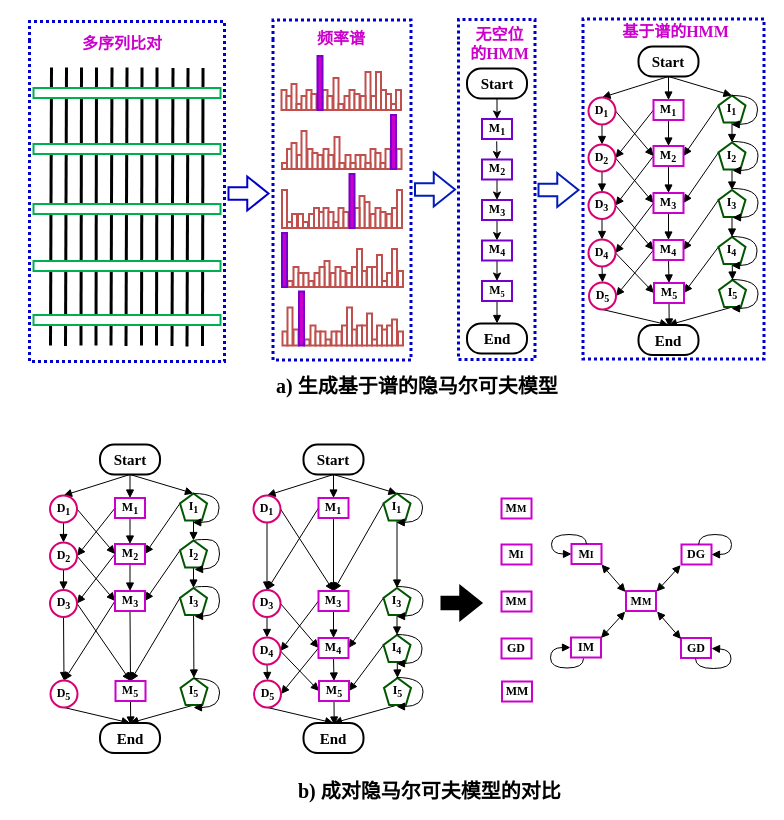
Earlier version of the draw.io diagram page "第 3 页" (3 of 3) of 复杂.drawio (chenjgui/Flow-chat). Source tidied: cells renumbered, new cells numbered last; positions are measured from the earlier drawing's top-left corner, leaving out a move shared by most shapes. Both pictures are drawn from the tidied source at 100%, with x=0, y=0 at pixel (29, 19).
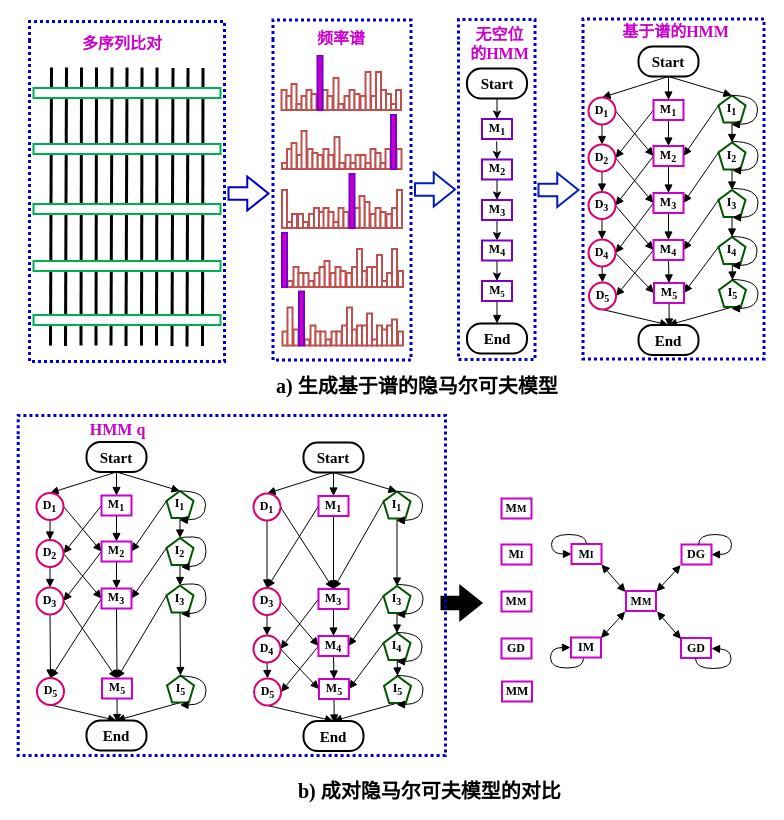
After the change.

Change to the diagram source:
```diff
@@
     <mxCell id="189" value="&lt;font style=&quot;font-size: 15px&quot; face=&quot;Times New Roman&quot;&gt;Start&lt;/font&gt;" style="rounded=1;whiteSpace=wrap;html=1;arcSize=47;strokeWidth=2;fontStyle=1;rotation=0;" parent="1" vertex="1">
-      <mxGeometry x="70.5" y="425" width="60" height="30" as="geometry" />
+      <mxGeometry x="57" y="422.5" width="60" height="30" as="geometry" />
     </mxCell>
@@
     <mxCell id="192" value="&lt;font face=&quot;Times New Roman&quot;&gt;&lt;b&gt;I&lt;sub&gt;1&lt;/sub&gt;&lt;/b&gt;&lt;/font&gt;" style="whiteSpace=wrap;html=1;shape=mxgraph.basic.pentagon;strokeWidth=2;fillColor=#FFFFFF;strokeColor=#005700;" parent="1" vertex="1">
-      <mxGeometry x="150.5" y="474" width="27" height="27" as="geometry" />
+      <mxGeometry x="137" y="471.5" width="27" height="27" as="geometry" />
     </mxCell>
@@
     <mxCell id="195" value="&lt;b style=&quot;font-family: &amp;#34;times new roman&amp;#34; ; white-space: normal&quot;&gt;I&lt;sub&gt;2&lt;/sub&gt;&lt;/b&gt;" style="whiteSpace=wrap;html=1;shape=mxgraph.basic.pentagon;strokeWidth=2;fillColor=#FFFFFF;strokeColor=#005700;" parent="1" vertex="1">
-      <mxGeometry x="150.5" y="521" width="27" height="27" as="geometry" />
+      <mxGeometry x="137" y="518.5" width="27" height="27" as="geometry" />
     </mxCell>
     <mxCell id="196" style="edgeStyle=orthogonalEdgeStyle;rounded=0;orthogonalLoop=1;jettySize=auto;html=1;exitX=0.5;exitY=0;exitDx=0;exitDy=0;exitPerimeter=0;entryX=0.473;entryY=1.072;entryDx=0;entryDy=0;entryPerimeter=0;endArrow=block;endFill=1;fontFamily=Times New Roman;curved=1;" parent="1" edge="1" source="192" target="192">
       <mxGeometry relative="1" as="geometry">
         <Array as="points">
-          <mxPoint x="189.5" y="474" />
-          <mxPoint x="189.5" y="503" />
+          <mxPoint x="176" y="471.5" />
+          <mxPoint x="176" y="500.5" />
         </Array>
       </mxGeometry>
     </mxCell>
@@
     <mxCell id="199" value="&lt;font face=&quot;Times New Roman&quot;&gt;M&lt;sub&gt;1&lt;/sub&gt;&lt;/font&gt;" style="rounded=0;whiteSpace=wrap;html=1;fillColor=#FFFFFF;strokeColor=#CC00CC;strokeWidth=2;fontStyle=1;rotation=0;" parent="1" vertex="1">
-      <mxGeometry x="85.5" y="478.5" width="30" height="20" as="geometry" />
+      <mxGeometry x="72" y="476" width="30" height="20" as="geometry" />
     </mxCell>
@@
     <mxCell id="202" value="&lt;font face=&quot;Times New Roman&quot;&gt;M&lt;sub&gt;2&lt;/sub&gt;&lt;/font&gt;" style="rounded=0;whiteSpace=wrap;html=1;fillColor=#FFFFFF;strokeColor=#CC00CC;strokeWidth=2;fontStyle=1;rotation=0;" parent="1" vertex="1">
-      <mxGeometry x="85.5" y="524.5" width="30" height="20" as="geometry" />
+      <mxGeometry x="72" y="522" width="30" height="20" as="geometry" />
     </mxCell>
@@
     <mxCell id="205" value="&lt;b&gt;D&lt;sub&gt;1&lt;/sub&gt;&lt;/b&gt;" style="ellipse;whiteSpace=wrap;html=1;strokeWidth=2;fillColor=#FFFFFF;strokeColor=#D80073;fontFamily=Times New Roman;" parent="1" vertex="1">
-      <mxGeometry x="20.5" y="476" width="27" height="27" as="geometry" />
+      <mxGeometry x="7" y="473.5" width="27" height="27" as="geometry" />
     </mxCell>
@@
     <mxCell id="208" value="&lt;b style=&quot;font-family: &amp;#34;times new roman&amp;#34; ; white-space: normal&quot;&gt;D&lt;sub&gt;2&lt;/sub&gt;&lt;/b&gt;" style="ellipse;whiteSpace=wrap;html=1;strokeWidth=2;fillColor=#FFFFFF;strokeColor=#D80073;" parent="1" vertex="1">
-      <mxGeometry x="20.5" y="523" width="27" height="27" as="geometry" />
+      <mxGeometry x="7" y="520.5" width="27" height="27" as="geometry" />
     </mxCell>
@@
     <mxCell id="211" value="&lt;b style=&quot;font-family: &amp;#34;times new roman&amp;#34; ; white-space: normal&quot;&gt;I&lt;sub&gt;3&lt;/sub&gt;&lt;/b&gt;" style="whiteSpace=wrap;html=1;shape=mxgraph.basic.pentagon;strokeWidth=2;fillColor=#FFFFFF;strokeColor=#005700;" parent="1" vertex="1">
-      <mxGeometry x="150.5" y="568.5" width="27" height="27" as="geometry" />
+      <mxGeometry x="137" y="566" width="27" height="27" as="geometry" />
     </mxCell>
@@
     <mxCell id="214" value="&lt;font face=&quot;Times New Roman&quot;&gt;M&lt;sub&gt;3&lt;/sub&gt;&lt;/font&gt;" style="rounded=0;whiteSpace=wrap;html=1;fillColor=#FFFFFF;strokeColor=#CC00CC;strokeWidth=2;fontStyle=1;rotation=0;" parent="1" vertex="1">
-      <mxGeometry x="85.5" y="571.5" width="30" height="20" as="geometry" />
+      <mxGeometry x="72" y="569" width="30" height="20" as="geometry" />
     </mxCell>
@@
     <mxCell id="217" value="&lt;b style=&quot;font-family: &amp;#34;times new roman&amp;#34; ; white-space: normal&quot;&gt;D&lt;sub&gt;3&lt;/sub&gt;&lt;/b&gt;" style="ellipse;whiteSpace=wrap;html=1;strokeWidth=2;fillColor=#FFFFFF;strokeColor=#D80073;" parent="1" vertex="1">
-      <mxGeometry x="20.5" y="570.5" width="27" height="27" as="geometry" />
+      <mxGeometry x="7" y="568" width="27" height="27" as="geometry" />
     </mxCell>
     <mxCell id="218" style="edgeStyle=orthogonalEdgeStyle;rounded=0;orthogonalLoop=1;jettySize=auto;html=1;exitX=0.5;exitY=0;exitDx=0;exitDy=0;exitPerimeter=0;entryX=0.473;entryY=1.072;entryDx=0;entryDy=0;entryPerimeter=0;endArrow=block;endFill=1;fontFamily=Times New Roman;curved=1;" parent="1" edge="1">
       <mxGeometry relative="1" as="geometry">
-        <mxPoint x="165" y="521" as="sourcePoint" />
-        <mxPoint x="165" y="550" as="targetPoint" />
+        <mxPoint x="151.5" y="518.5" as="sourcePoint" />
+        <mxPoint x="151.5" y="547.5" as="targetPoint" />
         <Array as="points">
-          <mxPoint x="190" y="520" />
-          <mxPoint x="190" y="549" />
+          <mxPoint x="176.5" y="517.5" />
+          <mxPoint x="176.5" y="546.5" />
         </Array>
       </mxGeometry>
     </mxCell>
     <mxCell id="219" style="edgeStyle=orthogonalEdgeStyle;rounded=0;orthogonalLoop=1;jettySize=auto;html=1;exitX=0.5;exitY=0;exitDx=0;exitDy=0;exitPerimeter=0;entryX=0.473;entryY=1.072;entryDx=0;entryDy=0;entryPerimeter=0;endArrow=block;endFill=1;fontFamily=Times New Roman;curved=1;" parent="1" edge="1">
       <mxGeometry relative="1" as="geometry">
-        <mxPoint x="165" y="568" as="sourcePoint" />
-        <mxPoint x="165" y="597" as="targetPoint" />
+        <mxPoint x="151.5" y="565.5" as="sourcePoint" />
+        <mxPoint x="151.5" y="594.5" as="targetPoint" />
         <Array as="points">
-          <mxPoint x="190" y="567" />
-          <mxPoint x="190" y="596" />
+          <mxPoint x="176.5" y="564.5" />
+          <mxPoint x="176.5" y="593.5" />
         </Array>
       </mxGeometry>
     </mxCell>
     <mxCell id="220" style="edgeStyle=none;rounded=0;jettySize=auto;html=1;endArrow=block;endFill=1;strokeWidth=1;fontFamily=Times New Roman;entryX=0.5;entryY=0;entryDx=0;entryDy=0;" parent="1" edge="1" target="226">
       <mxGeometry relative="1" as="geometry">
-        <mxPoint x="164.5" y="685.5" as="sourcePoint" />
+        <mxPoint x="151" y="683" as="sourcePoint" />
       </mxGeometry>
     </mxCell>
     <mxCell id="221" value="&lt;b style=&quot;font-family: &amp;#34;times new roman&amp;#34; ; white-space: normal&quot;&gt;I&lt;sub&gt;5&lt;/sub&gt;&lt;/b&gt;" style="whiteSpace=wrap;html=1;shape=mxgraph.basic.pentagon;strokeWidth=2;fillColor=#FFFFFF;strokeColor=#005700;" parent="1" vertex="1">
-      <mxGeometry x="151" y="658.5" width="27" height="27" as="geometry" />
+      <mxGeometry x="137.5" y="656" width="27" height="27" as="geometry" />
     </mxCell>
     <mxCell id="222" style="edgeStyle=none;rounded=0;jettySize=auto;html=1;exitX=0.5;exitY=1;exitDx=0;exitDy=0;endArrow=block;endFill=1;strokeWidth=1;fontFamily=Times New Roman;" parent="1" edge="1" source="223">
       <mxGeometry relative="1" as="geometry">
-        <mxPoint x="101.2" y="705.5" as="targetPoint" />
+        <mxPoint x="87.7" y="703" as="targetPoint" />
       </mxGeometry>
     </mxCell>
     <mxCell id="223" value="&lt;font face=&quot;Times New Roman&quot;&gt;M&lt;sub&gt;5&lt;/sub&gt;&lt;/font&gt;" style="rounded=0;whiteSpace=wrap;html=1;fillColor=#FFFFFF;strokeColor=#CC00CC;strokeWidth=2;fontStyle=1;rotation=0;" parent="1" vertex="1">
-      <mxGeometry x="86" y="661.5" width="30" height="20" as="geometry" />
+      <mxGeometry x="72.5" y="659" width="30" height="20" as="geometry" />
     </mxCell>
@@
     <mxCell id="225" value="&lt;b style=&quot;font-family: &amp;#34;times new roman&amp;#34; ; white-space: normal&quot;&gt;D&lt;sub&gt;5&lt;/sub&gt;&lt;/b&gt;" style="ellipse;whiteSpace=wrap;html=1;strokeWidth=2;fillColor=#FFFFFF;strokeColor=#D80073;" parent="1" vertex="1">
-      <mxGeometry x="21" y="661" width="27" height="27" as="geometry" />
+      <mxGeometry x="7.5" y="658.5" width="27" height="27" as="geometry" />
     </mxCell>
     <mxCell id="226" value="&lt;font style=&quot;font-size: 15px&quot; face=&quot;Times New Roman&quot;&gt;End&lt;/font&gt;" style="rounded=1;whiteSpace=wrap;html=1;arcSize=47;strokeWidth=2;fontStyle=1;" parent="1" vertex="1">
-      <mxGeometry x="70.5" y="703.5" width="60" height="30" as="geometry" />
+      <mxGeometry x="57" y="701" width="60" height="30" as="geometry" />
     </mxCell>
     <mxCell id="227" style="edgeStyle=orthogonalEdgeStyle;rounded=0;orthogonalLoop=1;jettySize=auto;html=1;exitX=0.5;exitY=0;exitDx=0;exitDy=0;exitPerimeter=0;entryX=0.473;entryY=1.072;entryDx=0;entryDy=0;entryPerimeter=0;endArrow=block;endFill=1;fontFamily=Times New Roman;curved=1;" parent="1" edge="1">
       <mxGeometry relative="1" as="geometry">
-        <mxPoint x="164" y="659" as="sourcePoint" />
-        <mxPoint x="164" y="688" as="targetPoint" />
+        <mxPoint x="150.5" y="656.5" as="sourcePoint" />
+        <mxPoint x="150.5" y="685.5" as="targetPoint" />
         <Array as="points">
-          <mxPoint x="190" y="658.5" />
-          <mxPoint x="190" y="687.5" />
+          <mxPoint x="176.5" y="656" />
+          <mxPoint x="176.5" y="685" />
         </Array>
       </mxGeometry>
     </mxCell>
@@
     <mxCell id="231" value="&lt;font style=&quot;font-size: 15px&quot; face=&quot;Times New Roman&quot;&gt;Start&lt;/font&gt;" style="rounded=1;whiteSpace=wrap;html=1;arcSize=47;strokeWidth=2;fontStyle=1;rotation=0;" parent="1" vertex="1">
-      <mxGeometry x="274" y="425" width="60" height="30" as="geometry" />
+      <mxGeometry x="274" y="423" width="60" height="30" as="geometry" />
     </mxCell>
@@
     <mxCell id="234" value="&lt;font face=&quot;Times New Roman&quot;&gt;&lt;b&gt;I&lt;sub&gt;1&lt;/sub&gt;&lt;/b&gt;&lt;/font&gt;" style="whiteSpace=wrap;html=1;shape=mxgraph.basic.pentagon;strokeWidth=2;fillColor=#FFFFFF;strokeColor=#005700;" parent="1" vertex="1">
-      <mxGeometry x="354" y="474" width="27" height="27" as="geometry" />
+      <mxGeometry x="354" y="472" width="27" height="27" as="geometry" />
     </mxCell>
     <mxCell id="235" style="edgeStyle=orthogonalEdgeStyle;rounded=0;orthogonalLoop=1;jettySize=auto;html=1;exitX=0.5;exitY=0;exitDx=0;exitDy=0;exitPerimeter=0;entryX=0.473;entryY=1.072;entryDx=0;entryDy=0;entryPerimeter=0;endArrow=block;endFill=1;fontFamily=Times New Roman;curved=1;" parent="1" edge="1" source="234" target="234">
       <mxGeometry relative="1" as="geometry">
         <Array as="points">
-          <mxPoint x="393" y="474" />
-          <mxPoint x="393" y="503" />
+          <mxPoint x="393" y="472" />
+          <mxPoint x="393" y="501" />
         </Array>
       </mxGeometry>
     </mxCell>
@@
     <mxCell id="238" value="&lt;font face=&quot;Times New Roman&quot;&gt;M&lt;sub&gt;1&lt;/sub&gt;&lt;/font&gt;" style="rounded=0;whiteSpace=wrap;html=1;fillColor=#FFFFFF;strokeColor=#CC00CC;strokeWidth=2;fontStyle=1;rotation=0;" parent="1" vertex="1">
-      <mxGeometry x="289" y="478.5" width="30" height="20" as="geometry" />
+      <mxGeometry x="289" y="476.5" width="30" height="20" as="geometry" />
     </mxCell>
@@
     <mxCell id="241" value="&lt;b&gt;D&lt;sub&gt;1&lt;/sub&gt;&lt;/b&gt;" style="ellipse;whiteSpace=wrap;html=1;strokeWidth=2;fillColor=#FFFFFF;strokeColor=#D80073;fontFamily=Times New Roman;" parent="1" vertex="1">
-      <mxGeometry x="224" y="476" width="27" height="27" as="geometry" />
+      <mxGeometry x="224" y="474" width="27" height="27" as="geometry" />
     </mxCell>
@@
     <mxCell id="244" value="&lt;b style=&quot;font-family: &amp;#34;times new roman&amp;#34; ; white-space: normal&quot;&gt;I&lt;sub&gt;3&lt;/sub&gt;&lt;/b&gt;" style="whiteSpace=wrap;html=1;shape=mxgraph.basic.pentagon;strokeWidth=2;fillColor=#FFFFFF;strokeColor=#005700;" parent="1" vertex="1">
-      <mxGeometry x="354" y="568.5" width="27" height="27" as="geometry" />
+      <mxGeometry x="354" y="566.5" width="27" height="27" as="geometry" />
     </mxCell>
@@
     <mxCell id="247" value="&lt;font face=&quot;Times New Roman&quot;&gt;M&lt;sub&gt;3&lt;/sub&gt;&lt;/font&gt;" style="rounded=0;whiteSpace=wrap;html=1;fillColor=#FFFFFF;strokeColor=#CC00CC;strokeWidth=2;fontStyle=1;rotation=0;" parent="1" vertex="1">
-      <mxGeometry x="289" y="571.5" width="30" height="20" as="geometry" />
+      <mxGeometry x="289" y="569.5" width="30" height="20" as="geometry" />
     </mxCell>
@@
     <mxCell id="250" value="&lt;b style=&quot;font-family: &amp;#34;times new roman&amp;#34; ; white-space: normal&quot;&gt;D&lt;sub&gt;3&lt;/sub&gt;&lt;/b&gt;" style="ellipse;whiteSpace=wrap;html=1;strokeWidth=2;fillColor=#FFFFFF;strokeColor=#D80073;" parent="1" vertex="1">
-      <mxGeometry x="224" y="570.5" width="27" height="27" as="geometry" />
+      <mxGeometry x="224" y="568.5" width="27" height="27" as="geometry" />
     </mxCell>
@@
     <mxCell id="253" value="&lt;b style=&quot;font-family: &amp;#34;times new roman&amp;#34; ; white-space: normal&quot;&gt;I&lt;sub&gt;4&lt;/sub&gt;&lt;/b&gt;" style="whiteSpace=wrap;html=1;shape=mxgraph.basic.pentagon;strokeWidth=2;fillColor=#FFFFFF;strokeColor=#005700;" parent="1" vertex="1">
-      <mxGeometry x="354" y="615.5" width="27" height="27" as="geometry" />
+      <mxGeometry x="354" y="613.5" width="27" height="27" as="geometry" />
     </mxCell>
@@
     <mxCell id="256" value="&lt;font face=&quot;Times New Roman&quot;&gt;M&lt;sub&gt;4&lt;/sub&gt;&lt;/font&gt;" style="rounded=0;whiteSpace=wrap;html=1;fillColor=#FFFFFF;strokeColor=#CC00CC;strokeWidth=2;fontStyle=1;rotation=0;" parent="1" vertex="1">
-      <mxGeometry x="289" y="618.5" width="30" height="20" as="geometry" />
+      <mxGeometry x="289" y="616.5" width="30" height="20" as="geometry" />
     </mxCell>
@@
     <mxCell id="259" value="&lt;b style=&quot;font-family: &amp;#34;times new roman&amp;#34; ; white-space: normal&quot;&gt;D&lt;sub&gt;4&lt;/sub&gt;&lt;/b&gt;" style="ellipse;whiteSpace=wrap;html=1;strokeWidth=2;fillColor=#FFFFFF;strokeColor=#D80073;" parent="1" vertex="1">
-      <mxGeometry x="224" y="618" width="27" height="27" as="geometry" />
+      <mxGeometry x="224" y="616" width="27" height="27" as="geometry" />
     </mxCell>
     <mxCell id="260" style="edgeStyle=orthogonalEdgeStyle;rounded=0;orthogonalLoop=1;jettySize=auto;html=1;exitX=0.5;exitY=0;exitDx=0;exitDy=0;exitPerimeter=0;entryX=0.473;entryY=1.072;entryDx=0;entryDy=0;entryPerimeter=0;endArrow=block;endFill=1;fontFamily=Times New Roman;curved=1;" parent="1" edge="1">
       <mxGeometry relative="1" as="geometry">
-        <mxPoint x="367" y="567" as="sourcePoint" />
-        <mxPoint x="367" y="597" as="targetPoint" />
+        <mxPoint x="367" y="565" as="sourcePoint" />
+        <mxPoint x="367" y="595" as="targetPoint" />
         <Array as="points">
-          <mxPoint x="393.5" y="567" />
-          <mxPoint x="393.5" y="596" />
+          <mxPoint x="393.5" y="565" />
+          <mxPoint x="393.5" y="594" />
         </Array>
       </mxGeometry>
     </mxCell>
     <mxCell id="261" style="edgeStyle=orthogonalEdgeStyle;rounded=0;orthogonalLoop=1;jettySize=auto;html=1;exitX=0.5;exitY=0;exitDx=0;exitDy=0;exitPerimeter=0;entryX=0.473;entryY=1.072;entryDx=0;entryDy=0;entryPerimeter=0;endArrow=block;endFill=1;fontFamily=Times New Roman;curved=1;" parent="1" edge="1">
       <mxGeometry relative="1" as="geometry">
-        <mxPoint x="367" y="615" as="sourcePoint" />
-        <mxPoint x="367" y="644" as="targetPoint" />
+        <mxPoint x="367" y="613" as="sourcePoint" />
+        <mxPoint x="367" y="642" as="targetPoint" />
         <Array as="points">
-          <mxPoint x="392.5" y="615" />
-          <mxPoint x="392.5" y="644" />
+          <mxPoint x="392.5" y="613" />
+          <mxPoint x="392.5" y="642" />
         </Array>
       </mxGeometry>
     </mxCell>
     <mxCell id="262" style="edgeStyle=none;rounded=0;jettySize=auto;html=1;endArrow=block;endFill=1;strokeWidth=1;fontFamily=Times New Roman;entryX=0.5;entryY=0;entryDx=0;entryDy=0;" parent="1" edge="1" target="268">
       <mxGeometry relative="1" as="geometry">
-        <mxPoint x="368" y="685.5" as="sourcePoint" />
+        <mxPoint x="368" y="683.5" as="sourcePoint" />
       </mxGeometry>
     </mxCell>
     <mxCell id="263" value="&lt;b style=&quot;font-family: &amp;#34;times new roman&amp;#34; ; white-space: normal&quot;&gt;I&lt;sub&gt;5&lt;/sub&gt;&lt;/b&gt;" style="whiteSpace=wrap;html=1;shape=mxgraph.basic.pentagon;strokeWidth=2;fillColor=#FFFFFF;strokeColor=#005700;" parent="1" vertex="1">
-      <mxGeometry x="354.5" y="658.5" width="27" height="27" as="geometry" />
+      <mxGeometry x="354.5" y="656.5" width="27" height="27" as="geometry" />
     </mxCell>
     <mxCell id="264" style="edgeStyle=none;rounded=0;jettySize=auto;html=1;exitX=0.5;exitY=1;exitDx=0;exitDy=0;endArrow=block;endFill=1;strokeWidth=1;fontFamily=Times New Roman;" parent="1" edge="1" source="265">
       <mxGeometry relative="1" as="geometry">
-        <mxPoint x="304.7" y="705.5" as="targetPoint" />
+        <mxPoint x="304.7" y="703.5" as="targetPoint" />
       </mxGeometry>
     </mxCell>
     <mxCell id="265" value="&lt;font face=&quot;Times New Roman&quot;&gt;M&lt;sub&gt;5&lt;/sub&gt;&lt;/font&gt;" style="rounded=0;whiteSpace=wrap;html=1;fillColor=#FFFFFF;strokeColor=#CC00CC;strokeWidth=2;fontStyle=1;rotation=0;" parent="1" vertex="1">
-      <mxGeometry x="289.5" y="661.5" width="30" height="20" as="geometry" />
+      <mxGeometry x="289.5" y="659.5" width="30" height="20" as="geometry" />
     </mxCell>
@@
     <mxCell id="267" value="&lt;b style=&quot;font-family: &amp;#34;times new roman&amp;#34; ; white-space: normal&quot;&gt;D&lt;sub&gt;5&lt;/sub&gt;&lt;/b&gt;" style="ellipse;whiteSpace=wrap;html=1;strokeWidth=2;fillColor=#FFFFFF;strokeColor=#D80073;" parent="1" vertex="1">
-      <mxGeometry x="224.5" y="661" width="27" height="27" as="geometry" />
+      <mxGeometry x="224.5" y="659" width="27" height="27" as="geometry" />
     </mxCell>
     <mxCell id="268" value="&lt;font style=&quot;font-size: 15px&quot; face=&quot;Times New Roman&quot;&gt;End&lt;/font&gt;" style="rounded=1;whiteSpace=wrap;html=1;arcSize=47;strokeWidth=2;fontStyle=1;" parent="1" vertex="1">
-      <mxGeometry x="274" y="703.5" width="60" height="30" as="geometry" />
+      <mxGeometry x="274" y="701.5" width="60" height="30" as="geometry" />
     </mxCell>
     <mxCell id="269" style="edgeStyle=orthogonalEdgeStyle;rounded=0;orthogonalLoop=1;jettySize=auto;html=1;exitX=0.5;exitY=0;exitDx=0;exitDy=0;exitPerimeter=0;entryX=0.473;entryY=1.072;entryDx=0;entryDy=0;entryPerimeter=0;endArrow=block;endFill=1;fontFamily=Times New Roman;curved=1;" parent="1" edge="1">
       <mxGeometry relative="1" as="geometry">
-        <mxPoint x="367" y="658" as="sourcePoint" />
-        <mxPoint x="367" y="687" as="targetPoint" />
+        <mxPoint x="367" y="656" as="sourcePoint" />
+        <mxPoint x="367" y="685" as="targetPoint" />
         <Array as="points">
-          <mxPoint x="393.5" y="658.5" />
-          <mxPoint x="393.5" y="687.5" />
+          <mxPoint x="393.5" y="656.5" />
+          <mxPoint x="393.5" y="685.5" />
         </Array>
       </mxGeometry>
     </mxCell>
@@
+    <mxCell id="314" style="endArrow=none;dashed=1;html=1;edgeStyle=orthogonalEdgeStyle;strokeWidth=3;fontFamily=Times New Roman;dashPattern=1 1;strokeColor=#0000CC;rounded=0;" parent="1" edge="1">
+      <mxGeometry relative="1" as="geometry">
+        <mxPoint x="-11.3" y="414.8" as="sourcePoint" />
+        <mxPoint x="-11.3" y="414.8" as="targetPoint" />
+        <Array as="points">
+          <mxPoint x="-11" y="396" />
+          <mxPoint x="416" y="396" />
+          <mxPoint x="416" y="736" />
+          <mxPoint x="-11" y="736" />
+        </Array>
+      </mxGeometry>
+    </mxCell>
+    <mxCell id="315" value="&lt;div&gt;&lt;b style=&quot;font-size: 16px&quot;&gt;HMM q&lt;/b&gt;&lt;/div&gt;" style="text;html=1;align=center;verticalAlign=top;spacingTop=-4;fontFamily=Times New Roman;fontColor=#CC00CC;" parent="1" vertex="1">
+      <mxGeometry x="52.5" y="397.5" width="70" height="20" as="geometry" />
+    </mxCell>
```
